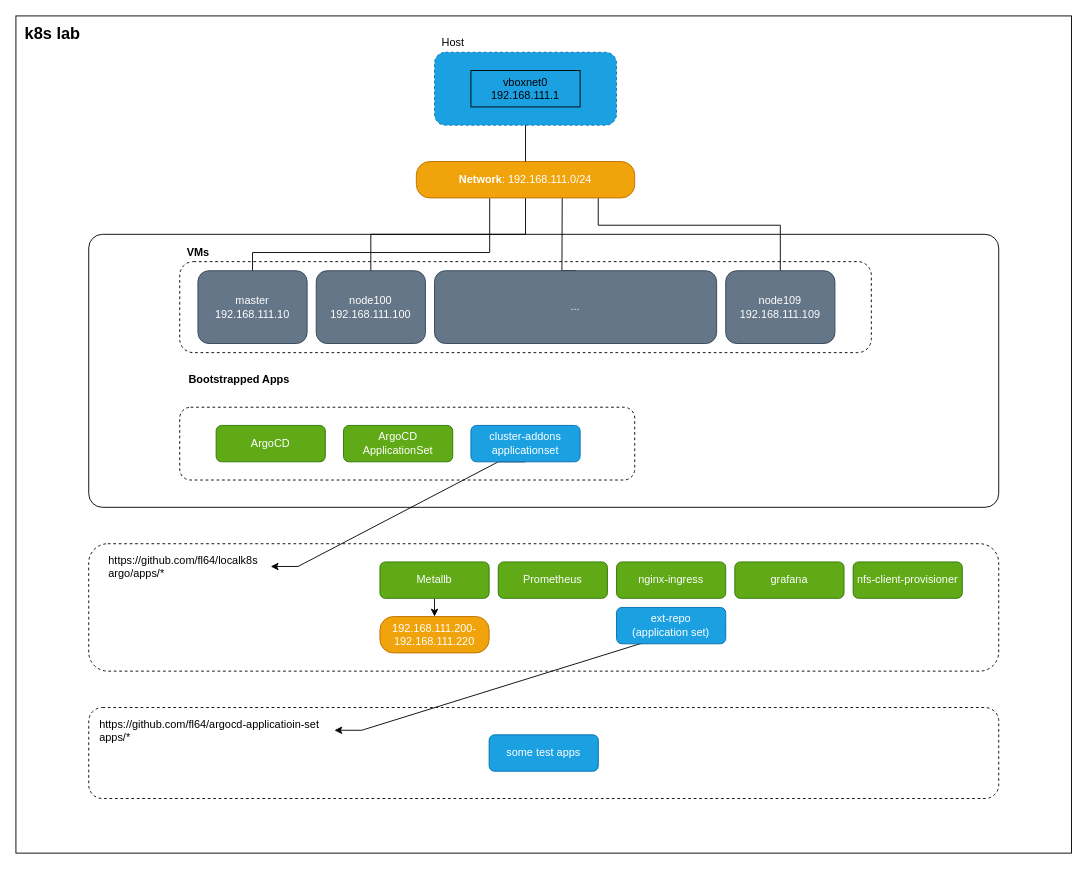
Above: scheme/localk8s.drawio in fl64/localk8s (draw.io), before the change. Source tidied: cells renumbered, new cells numbered last; positions are measured from the earlier drawing's top-left corner, leaving out a move shared by most shapes. Both pictures are drawn from the tidied source at 91%, with x=0, y=0 at pixel (15, 15).
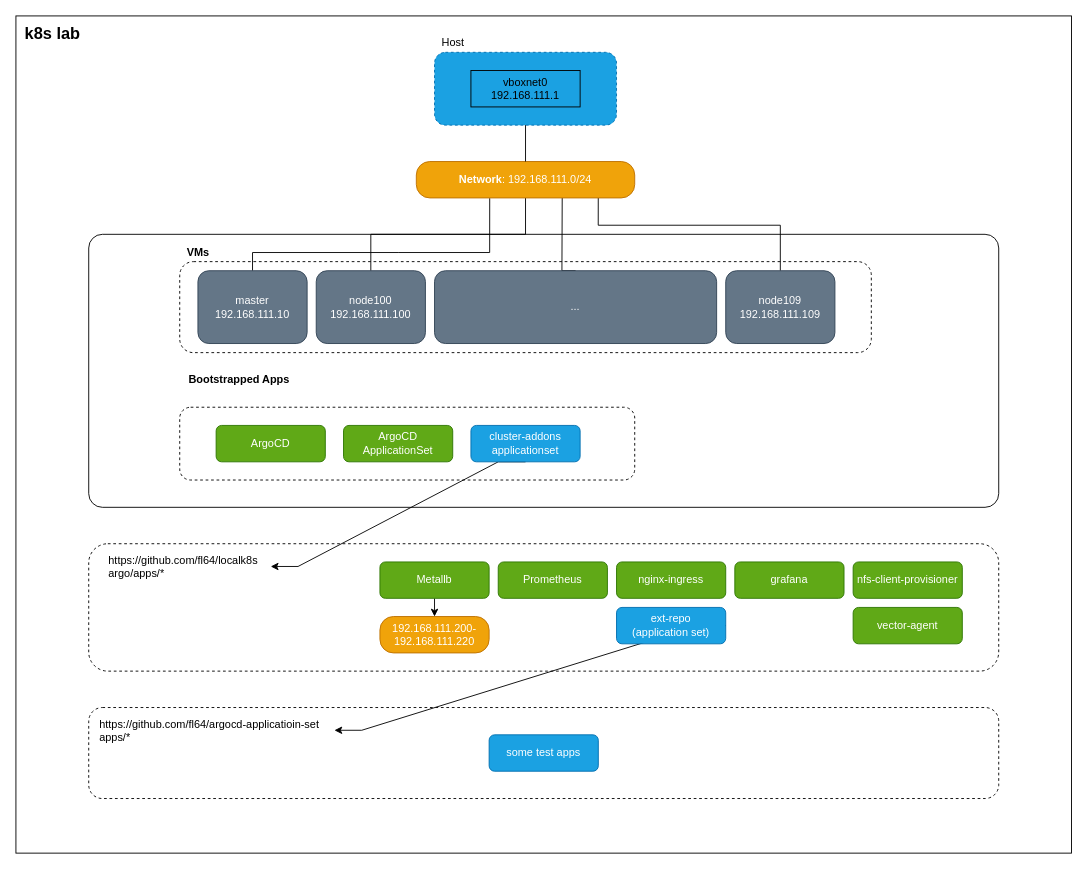
The same page after the edit.

Change to the diagram source:
```diff
@@
+    <mxCell id="40" value="vector-agent" style="rounded=1;whiteSpace=wrap;html=1;fillColor=#60a917;strokeColor=#2D7600;fontColor=#ffffff;" parent="1" vertex="1">
+      <mxGeometry x="920" y="650" width="120" height="40" as="geometry" />
+    </mxCell>
```
